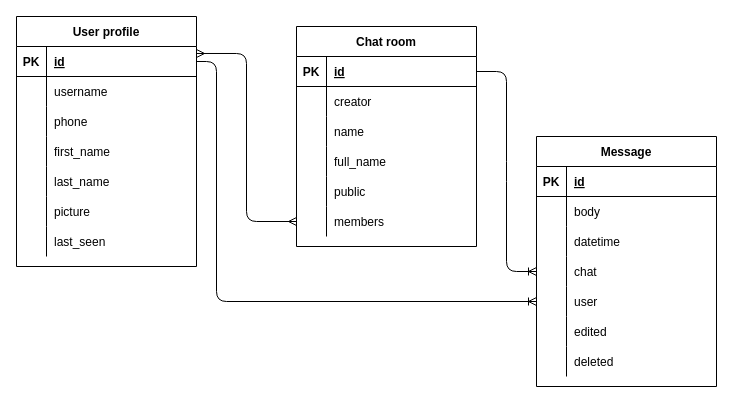
Earlier version of the draw.io diagram server/db-schema.drawio (Egor4ik325/chaticket). Source tidied: cells renumbered, new cells numbered last; positions are measured from the earlier drawing's top-left corner, leaving out a move shared by most shapes. Both pictures are drawn from the tidied source at 100%, with x=0, y=0 at pixel (16, 16).
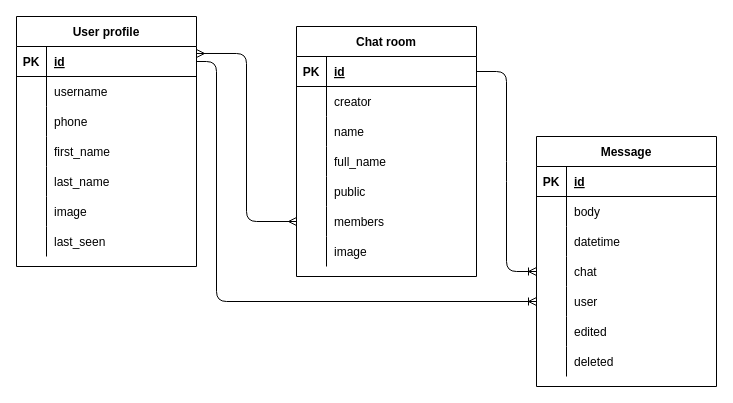
The same diagram, later.

The change refers to these unchanged cells:
```xml
<mxCell id="18" style="shape=partialRectangle;fillColor=none;top=0;left=0;bottom=0;right=0;" parent="2" vertex="1">
  <mxGeometry y="180" width="180" height="30" as="geometry" />
</mxCell>
```

Diff of the diagram source:
```diff
@@
-    <mxCell id="20" value="picture" style="shape=partialRectangle;fillColor=none;top=0;left=0;bottom=0;right=0;align=left;spacingLeft=6;overflow=hidden;" parent="18" vertex="1">
+    <mxCell id="20" value="image" style="shape=partialRectangle;fillColor=none;top=0;left=0;bottom=0;right=0;align=left;spacingLeft=6;overflow=hidden;" parent="18" vertex="1">
       <mxGeometry x="30" width="150" height="30" as="geometry" />
     </mxCell>
@@
     <mxCell id="24" value="Chat room" style="shape=table;startSize=30;childLayout=tableLayout;rowLines=0;fontStyle=1;align=center;" parent="1" vertex="1">
-      <mxGeometry x="280" y="10" width="180" height="220" as="geometry" />
+      <mxGeometry x="280" y="10" width="180" height="250" as="geometry" />
     </mxCell>
@@
+    <mxCell id="68" style="shape=partialRectangle;fillColor=none;top=0;left=0;bottom=0;right=0;" parent="24" vertex="1">
+      <mxGeometry y="210" width="180" height="30" as="geometry" />
+    </mxCell>
+    <mxCell id="69" style="shape=partialRectangle;fillColor=none;top=0;left=0;bottom=0;right=0;overflow=hidden;" parent="68" vertex="1">
+      <mxGeometry width="30" height="30" as="geometry" />
+    </mxCell>
+    <mxCell id="70" value="image" style="shape=partialRectangle;fillColor=none;top=0;left=0;bottom=0;right=0;align=left;spacingLeft=6;overflow=hidden;" parent="68" vertex="1">
+      <mxGeometry x="30" width="150" height="30" as="geometry" />
+    </mxCell>
```
